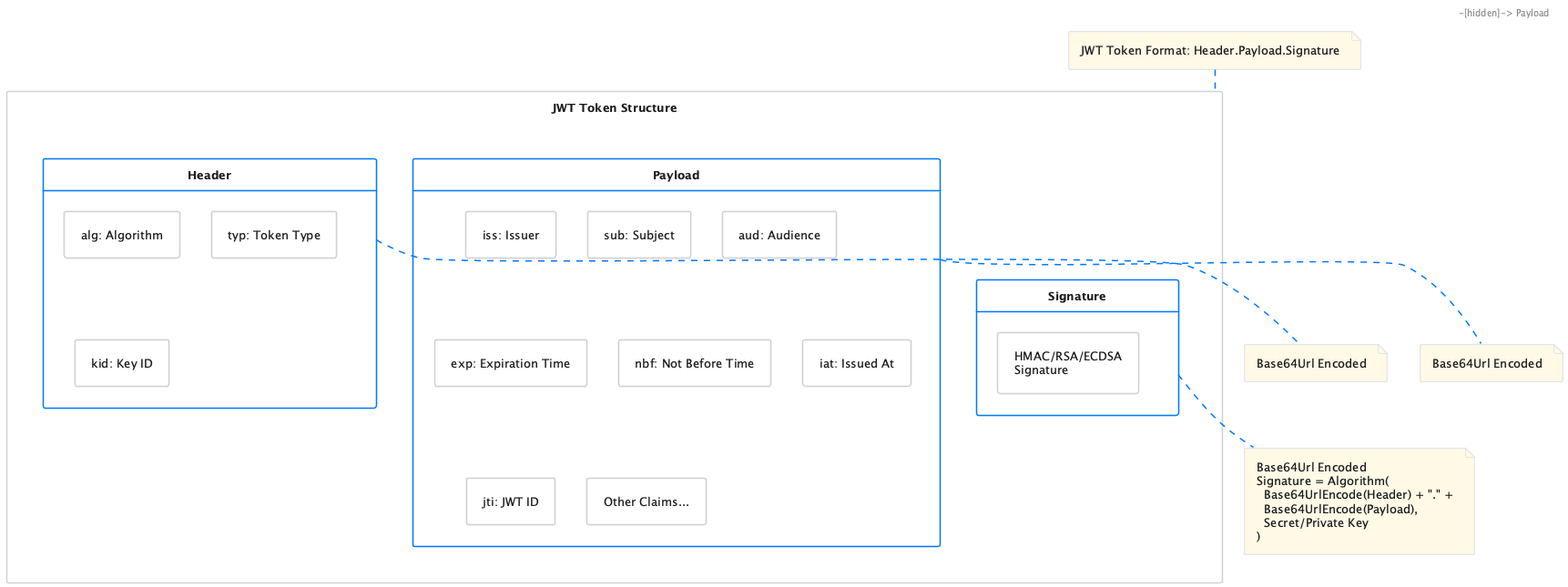
The PlantUML diagram doc/plantuml/token-structure.png in cuioss/cui-jwt, before a commit.
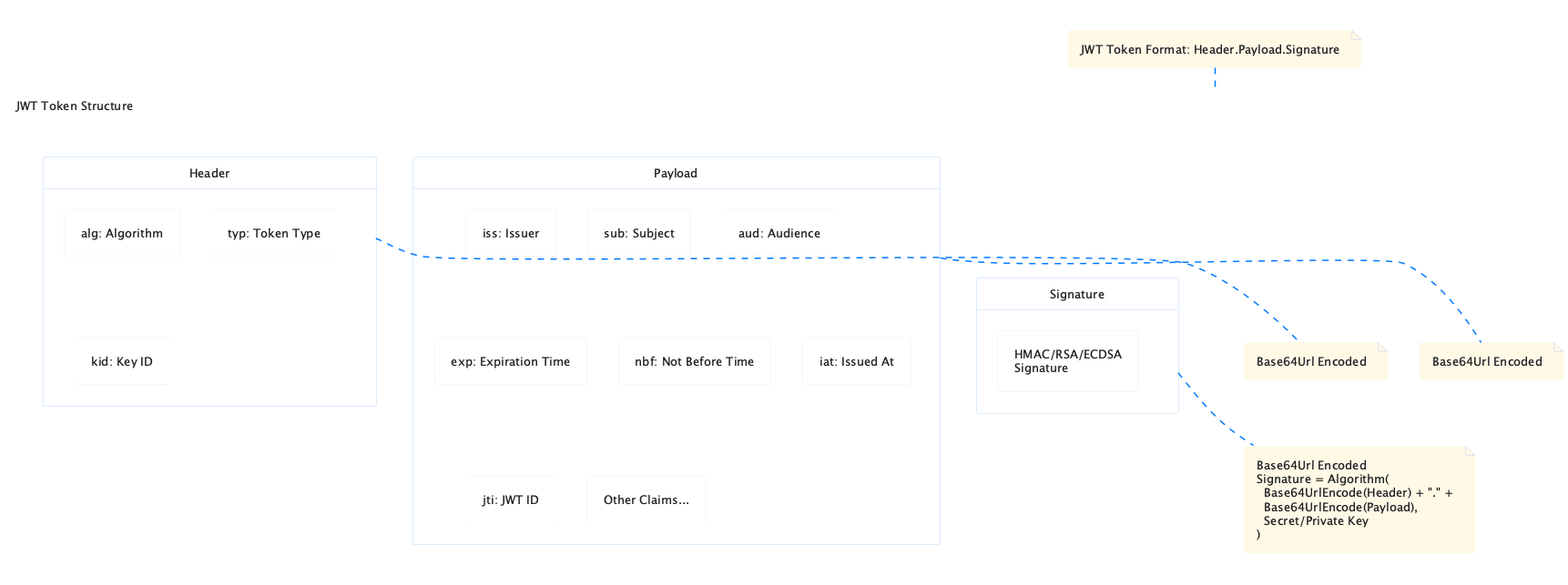
The same diagram one commit later.

Commit message:
docs: Fix PlantUML theme - make swimlanes visible and stereotypes dark

Diff of the diagram source:
```diff
@@ -1,5 +1,5 @@
 @startuml
-!include theme-proposals/variant-3.skin
+!include plantuml.skin
 
 rectangle "JWT Token Structure" as JWT {
   card "Header" as Header {
```
